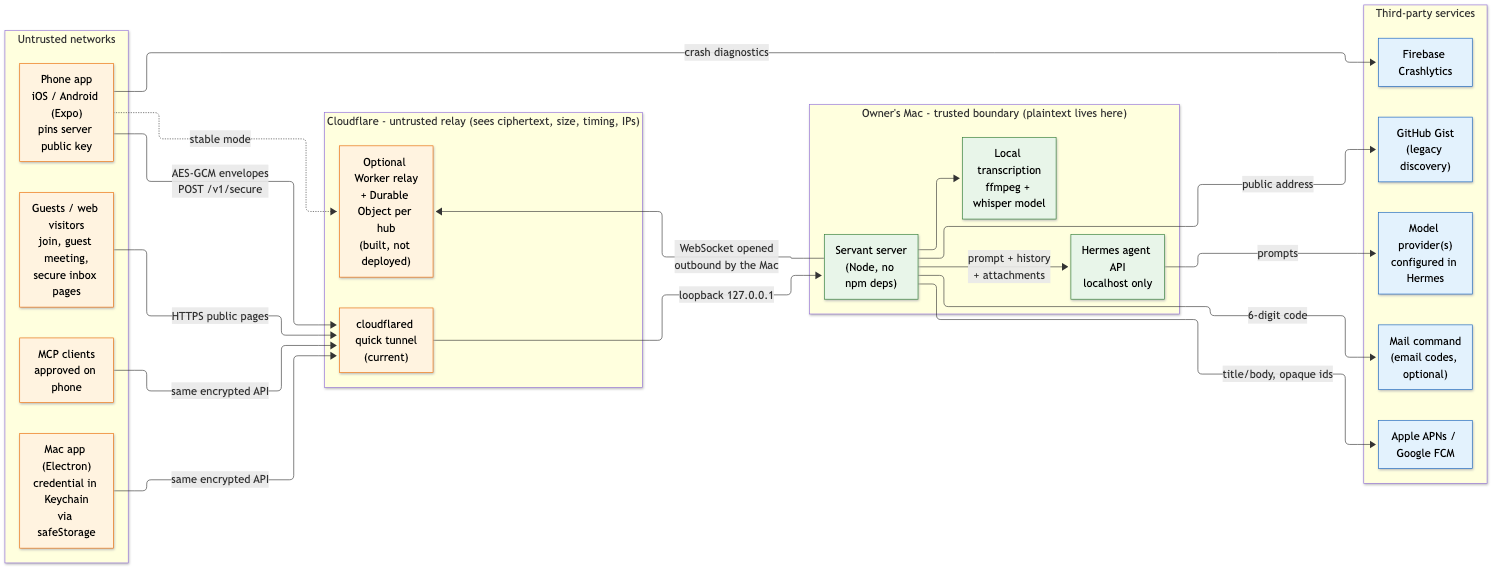
slavingia/servant keeps this Mermaid diagram as docs/security-architecture/01-system-context.png. Above is the earlier version. Its source is kept beside it as docs/security-architecture/01-system-context.mmd.
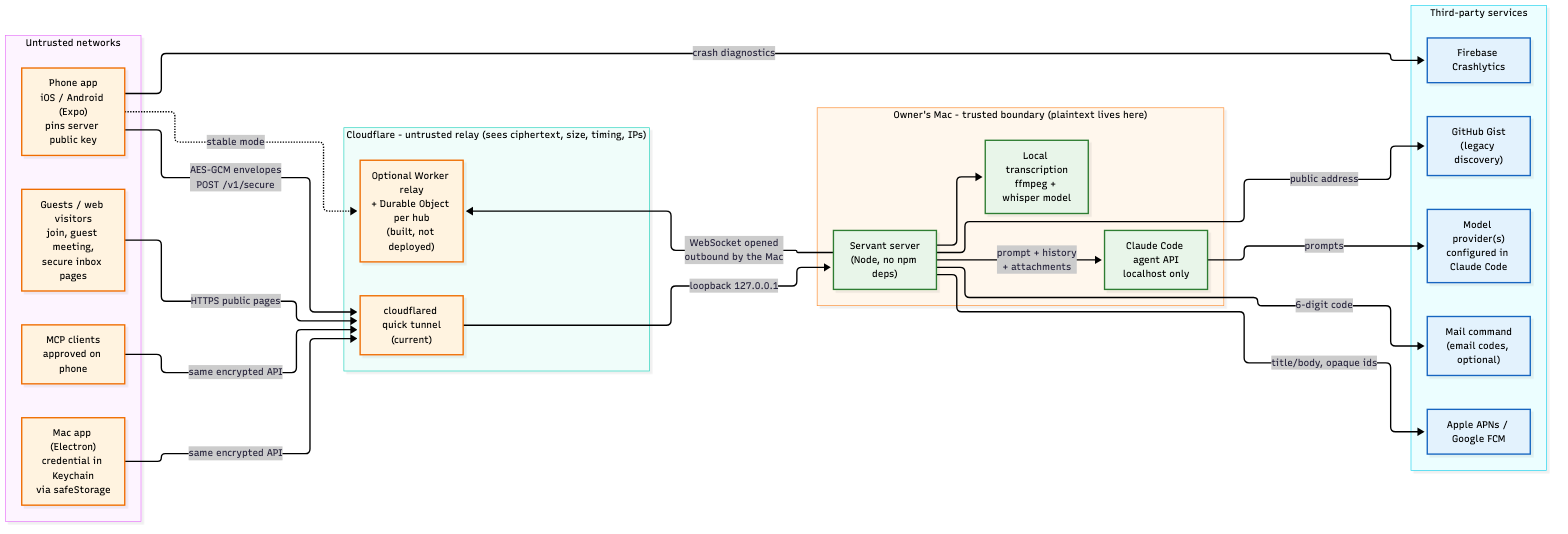
Above is the later version.

Change to the diagram source:
```diff
@@ -11,11 +11,11 @@
   end
   subgraph OM["Owner's Mac - trusted boundary (plaintext lives here)"]
     S["Servant server<br/>(Node, no npm deps)"]
-    H["Hermes agent API<br/>localhost only"]
+    H["Claude Code agent API<br/>localhost only"]
     W["Local transcription<br/>ffmpeg + whisper model"]
   end
   subgraph EXT["Third-party services"]
-    LLM["Model provider(s)<br/>configured in Hermes"]
+    LLM["Model provider(s)<br/>configured in Claude Code"]
     PUSH["Apple APNs / Google FCM"]
     CR["Firebase Crashlytics"]
     GH["GitHub Gist<br/>(legacy discovery)"]
```
